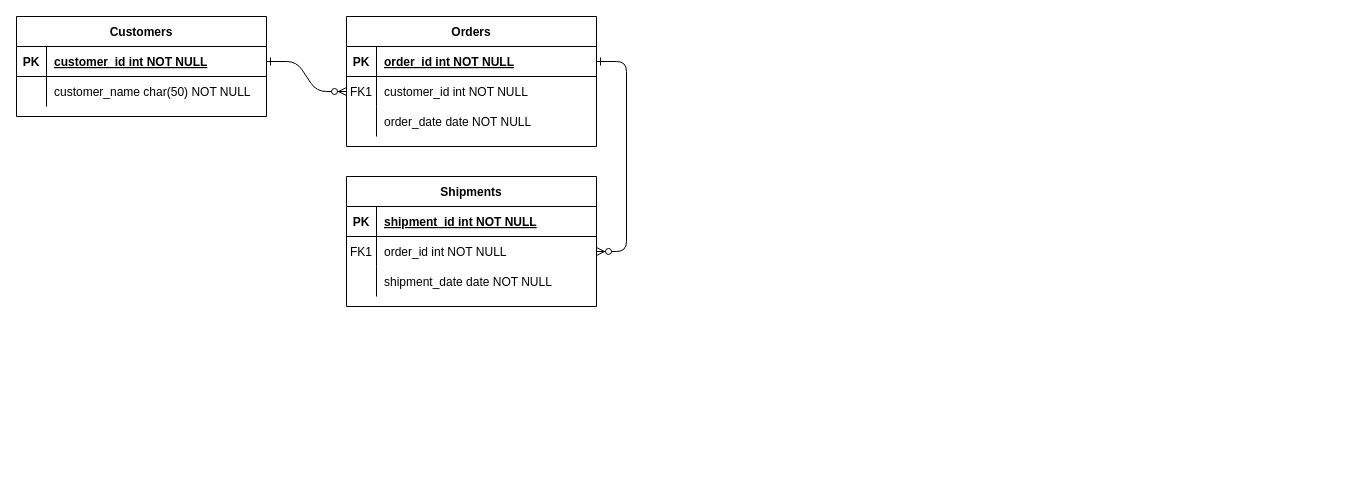
vladmagosin/examen_db_sem2VM keeps this draw.io diagram as Model_conceptual.drawio. Above is the earlier version. Source tidied: cells renumbered, new cells numbered last; positions are measured from the earlier drawing's top-left corner, leaving out a move shared by most shapes. Both pictures are drawn from the tidied source at 100%, with x=0, y=0 at pixel (16, 16).
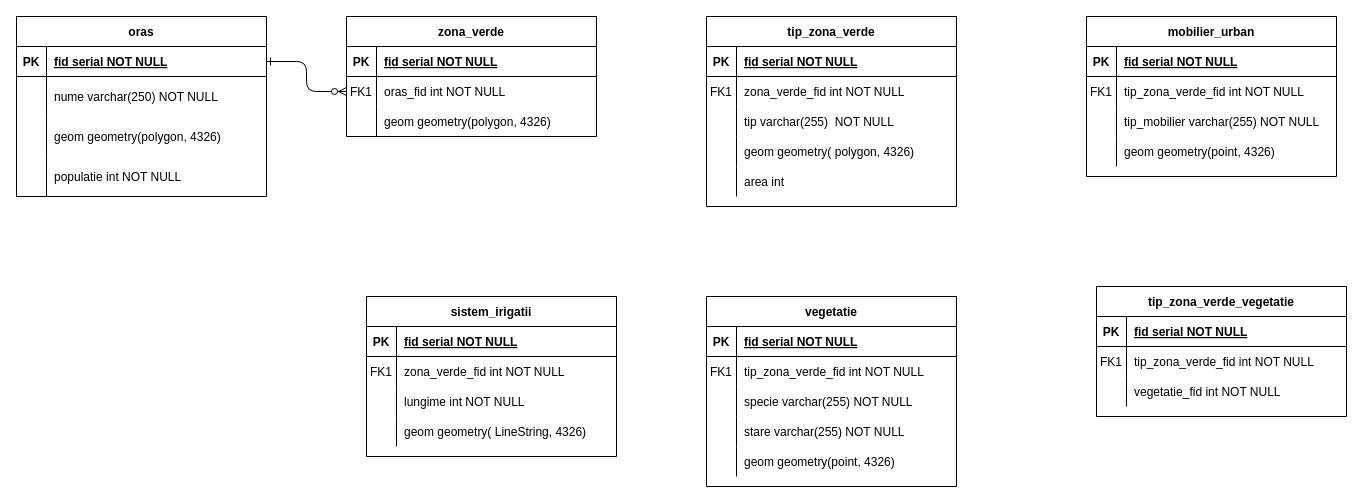
Above is the later version.

Unchanged cells that the change refers to:
```xml
<mxCell id="5" style="shape=partialRectangle;fillColor=none;points=[[0,0.5],[1,0.5]];portConstraint=eastwest;top=0;left=0;right=0;bottom=1;" parent="4" vertex="1">
  <mxGeometry y="30" width="250" height="30" as="geometry" />
</mxCell>
<mxCell id="8" style="shape=partialRectangle;fillColor=none;points=[[0,0.5],[1,0.5]];portConstraint=eastwest;top=0;left=0;right=0;bottom=0;" parent="4" vertex="1">
  <mxGeometry y="60" width="250" height="30" as="geometry" />
</mxCell>
<mxCell id="11" style="shape=partialRectangle;fillColor=none;top=0;left=0;right=0;bottom=0;" parent="4" vertex="1">
  <mxGeometry y="90" width="250" height="30" as="geometry" />
</mxCell>
<mxCell id="15" style="shape=partialRectangle;fillColor=none;top=0;left=0;right=0;bottom=1;" parent="14" vertex="1">
  <mxGeometry y="30" width="250" height="30" as="geometry" />
</mxCell>
<mxCell id="18" style="shape=partialRectangle;fillColor=none;points=[[0,0.5],[1,0.5]];portConstraint=eastwest;top=0;left=0;right=0;bottom=0;" parent="14" vertex="1">
  <mxGeometry y="60" width="250" height="30" as="geometry" />
</mxCell>
<mxCell id="21" style="shape=partialRectangle;fillColor=none;top=0;left=0;right=0;bottom=0;" parent="14" vertex="1">
  <mxGeometry y="90" width="250" height="30" as="geometry" />
</mxCell>
<mxCell id="25" style="shape=partialRectangle;fillColor=none;points=[[0,0.5],[1,0.5]];portConstraint=eastwest;top=0;left=0;right=0;bottom=1;" parent="24" vertex="1">
  <mxGeometry y="30" width="250" height="30" as="geometry" />
</mxCell>
```

The edit, as a diff of the source:
```diff
@@
-    <mxCell id="2" style="edgeStyle=entityRelationEdgeStyle;endArrow=ERzeroToMany;startArrow=ERone;endFill=1;startFill=0;" parent="1" edge="1" source="25" target="8">
+    <mxCell id="2" style="endArrow=ERzeroToMany;startArrow=ERone;endFill=1;startFill=0;exitX=1;exitY=0.5;exitDx=0;exitDy=0;entryX=0;entryY=0.5;entryDx=0;entryDy=0;edgeStyle=orthogonalEdgeStyle;" parent="1" edge="1" source="25" target="8">
       <mxGeometry relative="1" as="geometry" />
     </mxCell>
-    <mxCell id="3" style="edgeStyle=entityRelationEdgeStyle;endArrow=ERzeroToMany;startArrow=ERone;endFill=1;startFill=0;" parent="1" edge="1" source="5" target="18">
-      <mxGeometry relative="1" as="geometry" />
-    </mxCell>
-    <mxCell id="4" value="Orders" style="shape=table;startSize=30;childLayout=tableLayout;rowLines=0;fontStyle=1;align=center;" parent="1" vertex="1">
-      <mxGeometry x="330" width="250" height="130" as="geometry" />
+    <mxCell id="4" value="zona_verde" style="shape=table;startSize=30;childLayout=tableLayout;rowLines=0;fontStyle=1;align=center;" parent="1" vertex="1">
+      <mxGeometry x="330" width="250" height="120" as="geometry" />
     </mxCell>
@@
-    <mxCell id="7" value="order_id int NOT NULL " style="shape=partialRectangle;overflow=hidden;fillColor=none;top=0;left=0;bottom=0;right=0;align=left;spacingLeft=6;fontStyle=5;" parent="5" vertex="1">
+    <mxCell id="7" value="fid serial NOT NULL " style="shape=partialRectangle;overflow=hidden;fillColor=none;top=0;left=0;bottom=0;right=0;align=left;spacingLeft=6;fontStyle=5;" parent="5" vertex="1">
       <mxGeometry x="30" width="220" height="30" as="geometry" />
     </mxCell>
@@
-    <mxCell id="10" value="customer_id int NOT NULL" style="shape=partialRectangle;overflow=hidden;fillColor=none;top=0;left=0;bottom=0;right=0;align=left;spacingLeft=6;" parent="8" vertex="1">
+    <mxCell id="10" value="oras_fid int NOT NULL" style="shape=partialRectangle;overflow=hidden;fillColor=none;top=0;left=0;bottom=0;right=0;align=left;spacingLeft=6;" parent="8" vertex="1">
       <mxGeometry x="30" width="220" height="30" as="geometry" />
     </mxCell>
@@
-    <mxCell id="13" value="order_date date NOT NULL" style="shape=partialRectangle;overflow=hidden;fillColor=none;top=0;left=0;bottom=0;right=0;align=left;spacingLeft=6;" parent="11" vertex="1">
+    <mxCell id="13" value="geom geometry(polygon, 4326)" style="shape=partialRectangle;overflow=hidden;fillColor=none;top=0;left=0;bottom=0;right=0;align=left;spacingLeft=6;" parent="11" vertex="1">
       <mxGeometry x="30" width="220" height="30" as="geometry" />
     </mxCell>
-    <mxCell id="14" value="Shipments" style="shape=table;startSize=30;childLayout=tableLayout;rowLines=0;fontStyle=1;align=center;" parent="1" vertex="1">
-      <mxGeometry x="330" y="160" width="250" height="130" as="geometry" />
+    <mxCell id="14" value="tip_zona_verde" style="shape=table;startSize=30;childLayout=tableLayout;rowLines=0;fontStyle=1;align=center;" parent="1" vertex="1">
+      <mxGeometry x="690" width="250" height="190" as="geometry" />
     </mxCell>
@@
-    <mxCell id="17" value="shipment_id int NOT NULL " style="shape=partialRectangle;overflow=hidden;fillColor=none;top=0;left=0;bottom=0;right=0;align=left;spacingLeft=6;fontStyle=5;" parent="15" vertex="1">
+    <mxCell id="17" value="fid serial NOT NULL " style="shape=partialRectangle;overflow=hidden;fillColor=none;top=0;left=0;bottom=0;right=0;align=left;spacingLeft=6;fontStyle=5;" parent="15" vertex="1">
       <mxGeometry x="30" width="220" height="30" as="geometry" />
     </mxCell>
@@
-    <mxCell id="20" value="order_id int NOT NULL" style="shape=partialRectangle;overflow=hidden;fillColor=none;top=0;left=0;bottom=0;right=0;align=left;spacingLeft=6;" parent="18" vertex="1">
+    <mxCell id="20" value="zona_verde_fid int NOT NULL" style="shape=partialRectangle;overflow=hidden;fillColor=none;top=0;left=0;bottom=0;right=0;align=left;spacingLeft=6;" parent="18" vertex="1">
       <mxGeometry x="30" width="220" height="30" as="geometry" />
     </mxCell>
@@
-    <mxCell id="23" value="shipment_date date NOT NULL" style="shape=partialRectangle;overflow=hidden;fillColor=none;top=0;left=0;bottom=0;right=0;align=left;spacingLeft=6;" parent="21" vertex="1">
+    <mxCell id="23" value="tip varchar(255)  NOT NULL" style="shape=partialRectangle;overflow=hidden;fillColor=none;top=0;left=0;bottom=0;right=0;align=left;spacingLeft=6;" parent="21" vertex="1">
       <mxGeometry x="30" width="220" height="30" as="geometry" />
     </mxCell>
+    <mxCell id="31" style="shape=partialRectangle;fillColor=none;top=0;left=0;right=0;bottom=0;" parent="14" vertex="1">
+      <mxGeometry y="120" width="250" height="30" as="geometry" />
+    </mxCell>
+    <mxCell id="32" style="shape=partialRectangle;overflow=hidden;fillColor=none;top=0;left=0;bottom=0;right=0;" parent="31" vertex="1">
+      <mxGeometry width="30" height="30" as="geometry" />
+    </mxCell>
+    <mxCell id="33" value="geom geometry( polygon, 4326)" style="shape=partialRectangle;overflow=hidden;fillColor=none;top=0;left=0;bottom=0;right=0;align=left;spacingLeft=6;" parent="31" vertex="1">
+      <mxGeometry x="30" width="220" height="30" as="geometry" />
+    </mxCell>
+    <mxCell id="34" style="shape=partialRectangle;fillColor=none;top=0;left=0;right=0;bottom=0;" parent="14" vertex="1">
+      <mxGeometry y="150" width="250" height="30" as="geometry" />
+    </mxCell>
+    <mxCell id="35" style="shape=partialRectangle;overflow=hidden;fillColor=none;top=0;left=0;bottom=0;right=0;" parent="34" vertex="1">
+      <mxGeometry width="30" height="30" as="geometry" />
+    </mxCell>
+    <mxCell id="36" value="area int " style="shape=partialRectangle;overflow=hidden;fillColor=none;top=0;left=0;bottom=0;right=0;align=left;spacingLeft=6;" parent="34" vertex="1">
+      <mxGeometry x="30" width="220" height="30" as="geometry" />
+    </mxCell>
-    <mxCell id="24" value="Customers" style="shape=table;startSize=30;childLayout=tableLayout;rowLines=0;fontStyle=1;align=center;" parent="1" vertex="1">
-      <mxGeometry width="250" height="100" as="geometry" />
+    <mxCell id="24" value="oras" style="shape=table;startSize=30;childLayout=tableLayout;rowLines=0;fontStyle=1;align=center;" parent="1" vertex="1">
+      <mxGeometry width="250" height="180" as="geometry" />
     </mxCell>
@@
-    <mxCell id="27" value="customer_id int NOT NULL " style="shape=partialRectangle;overflow=hidden;fillColor=none;top=0;left=0;bottom=0;right=0;align=left;spacingLeft=6;fontStyle=5;" parent="25" vertex="1">
+    <mxCell id="27" value="fid serial NOT NULL " style="shape=partialRectangle;overflow=hidden;fillColor=none;top=0;left=0;bottom=0;right=0;align=left;spacingLeft=6;fontStyle=5;" parent="25" vertex="1">
       <mxGeometry x="30" width="220" height="30" as="geometry" />
     </mxCell>
     <mxCell id="28" style="shape=partialRectangle;fillColor=none;top=0;left=0;right=0;bottom=0;" parent="24" vertex="1">
-      <mxGeometry y="60" width="250" height="30" as="geometry" />
+      <mxGeometry y="60" width="250" height="40" as="geometry" />
     </mxCell>
     <mxCell id="29" style="shape=partialRectangle;overflow=hidden;fillColor=none;top=0;left=0;bottom=0;right=0;" parent="28" vertex="1">
-      <mxGeometry width="30" height="30" as="geometry" />
+      <mxGeometry width="30" height="40" as="geometry" />
     </mxCell>
-    <mxCell id="30" value="customer_name char(50) NOT NULL" style="shape=partialRectangle;overflow=hidden;fillColor=none;top=0;left=0;bottom=0;right=0;align=left;spacingLeft=6;" parent="28" vertex="1">
-      <mxGeometry x="30" width="220" height="30" as="geometry" />
+    <mxCell id="30" value="nume varchar(250) NOT NULL" style="shape=partialRectangle;overflow=hidden;fillColor=none;top=0;left=0;bottom=0;right=0;align=left;spacingLeft=6;" parent="28" vertex="1">
+      <mxGeometry x="30" width="220" height="40" as="geometry" />
     </mxCell>
+    <mxCell id="37" style="shape=partialRectangle;fillColor=none;top=0;left=0;right=0;bottom=0;" parent="24" vertex="1">
+      <mxGeometry y="100" width="250" height="40" as="geometry" />
+    </mxCell>
+    <mxCell id="38" style="shape=partialRectangle;overflow=hidden;fillColor=none;top=0;left=0;bottom=0;right=0;" parent="37" vertex="1">
+      <mxGeometry width="30" height="40" as="geometry" />
+    </mxCell>
+    <mxCell id="39" value="geom geometry(polygon, 4326) " style="shape=partialRectangle;overflow=hidden;fillColor=none;top=0;left=0;bottom=0;right=0;align=left;spacingLeft=6;" parent="37" vertex="1">
+      <mxGeometry x="30" width="220" height="40" as="geometry" />
+    </mxCell>
+    <mxCell id="40" style="shape=partialRectangle;fillColor=none;top=0;left=0;right=0;bottom=0;" parent="24" vertex="1">
+      <mxGeometry y="140" width="250" height="40" as="geometry" />
+    </mxCell>
+    <mxCell id="41" style="shape=partialRectangle;overflow=hidden;fillColor=none;top=0;left=0;bottom=0;right=0;" parent="40" vertex="1">
+      <mxGeometry width="30" height="40" as="geometry" />
+    </mxCell>
+    <mxCell id="42" value="populatie int NOT NULL" style="shape=partialRectangle;overflow=hidden;fillColor=none;top=0;left=0;bottom=0;right=0;align=left;spacingLeft=6;" parent="40" vertex="1">
+      <mxGeometry x="30" width="220" height="40" as="geometry" />
+    </mxCell>
+    <mxCell id="43" value="mobilier_urban" style="shape=table;startSize=30;childLayout=tableLayout;rowLines=0;fontStyle=1;align=center;" parent="1" vertex="1">
+      <mxGeometry x="1070" width="250" height="160" as="geometry" />
+    </mxCell>
+    <mxCell id="44" style="shape=partialRectangle;fillColor=none;top=0;left=0;right=0;bottom=1;" parent="43" vertex="1">
+      <mxGeometry y="30" width="250" height="30" as="geometry" />
+    </mxCell>
+    <mxCell id="45" value="PK" style="shape=partialRectangle;overflow=hidden;fillColor=none;top=0;left=0;bottom=0;right=0;fontStyle=1;" parent="44" vertex="1">
+      <mxGeometry width="30" height="30" as="geometry" />
+    </mxCell>
+    <mxCell id="46" value="fid serial NOT NULL " style="shape=partialRectangle;overflow=hidden;fillColor=none;top=0;left=0;bottom=0;right=0;align=left;spacingLeft=6;fontStyle=5;" parent="44" vertex="1">
+      <mxGeometry x="30" width="220" height="30" as="geometry" />
+    </mxCell>
+    <mxCell id="47" style="shape=partialRectangle;fillColor=none;top=0;left=0;right=0;bottom=0;" parent="43" vertex="1">
+      <mxGeometry y="60" width="250" height="30" as="geometry" />
+    </mxCell>
+    <mxCell id="48" value="FK1" style="shape=partialRectangle;overflow=hidden;fillColor=none;top=0;left=0;bottom=0;right=0;" parent="47" vertex="1">
+      <mxGeometry width="30" height="30" as="geometry" />
+    </mxCell>
+    <mxCell id="49" value="tip_zona_verde_fid int NOT NULL" style="shape=partialRectangle;overflow=hidden;fillColor=none;top=0;left=0;bottom=0;right=0;align=left;spacingLeft=6;" parent="47" vertex="1">
+      <mxGeometry x="30" width="220" height="30" as="geometry" />
+    </mxCell>
+    <mxCell id="50" style="shape=partialRectangle;fillColor=none;top=0;left=0;right=0;bottom=0;" parent="43" vertex="1">
+      <mxGeometry y="90" width="250" height="30" as="geometry" />
+    </mxCell>
+    <mxCell id="51" style="shape=partialRectangle;overflow=hidden;fillColor=none;top=0;left=0;bottom=0;right=0;" parent="50" vertex="1">
+      <mxGeometry width="30" height="30" as="geometry" />
+    </mxCell>
+    <mxCell id="52" value="tip_mobilier varchar(255) NOT NULL" style="shape=partialRectangle;overflow=hidden;fillColor=none;top=0;left=0;bottom=0;right=0;align=left;spacingLeft=6;" parent="50" vertex="1">
+      <mxGeometry x="30" width="220" height="30" as="geometry" />
+    </mxCell>
+    <mxCell id="53" style="shape=partialRectangle;fillColor=none;top=0;left=0;right=0;bottom=0;" parent="43" vertex="1">
+      <mxGeometry y="120" width="250" height="30" as="geometry" />
+    </mxCell>
+    <mxCell id="54" style="shape=partialRectangle;overflow=hidden;fillColor=none;top=0;left=0;bottom=0;right=0;" parent="53" vertex="1">
+      <mxGeometry width="30" height="30" as="geometry" />
+    </mxCell>
+    <mxCell id="55" value="geom geometry(point, 4326)" style="shape=partialRectangle;overflow=hidden;fillColor=none;top=0;left=0;bottom=0;right=0;align=left;spacingLeft=6;" parent="53" vertex="1">
+      <mxGeometry x="30" width="220" height="30" as="geometry" />
+    </mxCell>
+    <mxCell id="56" value="sistem_irigatii" style="shape=table;startSize=30;childLayout=tableLayout;rowLines=0;fontStyle=1;align=center;" parent="1" vertex="1">
+      <mxGeometry x="350" y="280" width="250" height="160" as="geometry" />
+    </mxCell>
+    <mxCell id="57" style="shape=partialRectangle;fillColor=none;top=0;left=0;right=0;bottom=1;" parent="56" vertex="1">
+      <mxGeometry y="30" width="250" height="30" as="geometry" />
+    </mxCell>
+    <mxCell id="58" value="PK" style="shape=partialRectangle;overflow=hidden;fillColor=none;top=0;left=0;bottom=0;right=0;fontStyle=1;" parent="57" vertex="1">
+      <mxGeometry width="30" height="30" as="geometry" />
+    </mxCell>
+    <mxCell id="59" value="fid serial NOT NULL " style="shape=partialRectangle;overflow=hidden;fillColor=none;top=0;left=0;bottom=0;right=0;align=left;spacingLeft=6;fontStyle=5;" parent="57" vertex="1">
+      <mxGeometry x="30" width="220" height="30" as="geometry" />
+    </mxCell>
+    <mxCell id="60" style="shape=partialRectangle;fillColor=none;top=0;left=0;right=0;bottom=0;" parent="56" vertex="1">
+      <mxGeometry y="60" width="250" height="30" as="geometry" />
+    </mxCell>
+    <mxCell id="61" value="FK1" style="shape=partialRectangle;overflow=hidden;fillColor=none;top=0;left=0;bottom=0;right=0;" parent="60" vertex="1">
+      <mxGeometry width="30" height="30" as="geometry" />
+    </mxCell>
+    <mxCell id="62" value="zona_verde_fid int NOT NULL" style="shape=partialRectangle;overflow=hidden;fillColor=none;top=0;left=0;bottom=0;right=0;align=left;spacingLeft=6;" parent="60" vertex="1">
+      <mxGeometry x="30" width="220" height="30" as="geometry" />
+    </mxCell>
+    <mxCell id="63" style="shape=partialRectangle;fillColor=none;top=0;left=0;right=0;bottom=0;" parent="56" vertex="1">
+      <mxGeometry y="90" width="250" height="30" as="geometry" />
+    </mxCell>
+    <mxCell id="64" style="shape=partialRectangle;overflow=hidden;fillColor=none;top=0;left=0;bottom=0;right=0;" parent="63" vertex="1">
+      <mxGeometry width="30" height="30" as="geometry" />
+    </mxCell>
+    <mxCell id="65" value="lungime int NOT NULL" style="shape=partialRectangle;overflow=hidden;fillColor=none;top=0;left=0;bottom=0;right=0;align=left;spacingLeft=6;" parent="63" vertex="1">
+      <mxGeometry x="30" width="220" height="30" as="geometry" />
+    </mxCell>
+    <mxCell id="66" style="shape=partialRectangle;fillColor=none;top=0;left=0;right=0;bottom=0;" parent="56" vertex="1">
+      <mxGeometry y="120" width="250" height="30" as="geometry" />
+    </mxCell>
+    <mxCell id="67" style="shape=partialRectangle;overflow=hidden;fillColor=none;top=0;left=0;bottom=0;right=0;" parent="66" vertex="1">
+      <mxGeometry width="30" height="30" as="geometry" />
+    </mxCell>
+    <mxCell id="68" value="geom geometry( LineString, 4326)" style="shape=partialRectangle;overflow=hidden;fillColor=none;top=0;left=0;bottom=0;right=0;align=left;spacingLeft=6;" parent="66" vertex="1">
+      <mxGeometry x="30" width="220" height="30" as="geometry" />
+    </mxCell>
+    <mxCell id="69" value="vegetatie" style="shape=table;startSize=30;childLayout=tableLayout;rowLines=0;fontStyle=1;align=center;" parent="1" vertex="1">
+      <mxGeometry x="690" y="280" width="250" height="190" as="geometry" />
+    </mxCell>
+    <mxCell id="70" style="shape=partialRectangle;fillColor=none;top=0;left=0;right=0;bottom=1;" parent="69" vertex="1">
+      <mxGeometry y="30" width="250" height="30" as="geometry" />
+    </mxCell>
+    <mxCell id="71" value="PK" style="shape=partialRectangle;overflow=hidden;fillColor=none;top=0;left=0;bottom=0;right=0;fontStyle=1;" parent="70" vertex="1">
+      <mxGeometry width="30" height="30" as="geometry" />
+    </mxCell>
+    <mxCell id="72" value="fid serial NOT NULL " style="shape=partialRectangle;overflow=hidden;fillColor=none;top=0;left=0;bottom=0;right=0;align=left;spacingLeft=6;fontStyle=5;" parent="70" vertex="1">
+      <mxGeometry x="30" width="220" height="30" as="geometry" />
+    </mxCell>
+    <mxCell id="73" style="shape=partialRectangle;fillColor=none;top=0;left=0;right=0;bottom=0;" parent="69" vertex="1">
+      <mxGeometry y="60" width="250" height="30" as="geometry" />
+    </mxCell>
+    <mxCell id="74" value="FK1" style="shape=partialRectangle;overflow=hidden;fillColor=none;top=0;left=0;bottom=0;right=0;" parent="73" vertex="1">
+      <mxGeometry width="30" height="30" as="geometry" />
+    </mxCell>
+    <mxCell id="75" value="tip_zona_verde_fid int NOT NULL" style="shape=partialRectangle;overflow=hidden;fillColor=none;top=0;left=0;bottom=0;right=0;align=left;spacingLeft=6;" parent="73" vertex="1">
+      <mxGeometry x="30" width="220" height="30" as="geometry" />
+    </mxCell>
+    <mxCell id="76" style="shape=partialRectangle;fillColor=none;top=0;left=0;right=0;bottom=0;" parent="69" vertex="1">
+      <mxGeometry y="90" width="250" height="30" as="geometry" />
+    </mxCell>
+    <mxCell id="77" style="shape=partialRectangle;overflow=hidden;fillColor=none;top=0;left=0;bottom=0;right=0;" parent="76" vertex="1">
+      <mxGeometry width="30" height="30" as="geometry" />
+    </mxCell>
+    <mxCell id="78" value="specie varchar(255) NOT NULL" style="shape=partialRectangle;overflow=hidden;fillColor=none;top=0;left=0;bottom=0;right=0;align=left;spacingLeft=6;" parent="76" vertex="1">
+      <mxGeometry x="30" width="220" height="30" as="geometry" />
+    </mxCell>
+    <mxCell id="79" style="shape=partialRectangle;fillColor=none;top=0;left=0;right=0;bottom=0;" parent="69" vertex="1">
+      <mxGeometry y="120" width="250" height="30" as="geometry" />
+    </mxCell>
+    <mxCell id="80" style="shape=partialRectangle;overflow=hidden;fillColor=none;top=0;left=0;bottom=0;right=0;" parent="79" vertex="1">
+      <mxGeometry width="30" height="30" as="geometry" />
+    </mxCell>
+    <mxCell id="81" value="stare varchar(255) NOT NULL" style="shape=partialRectangle;overflow=hidden;fillColor=none;top=0;left=0;bottom=0;right=0;align=left;spacingLeft=6;" parent="79" vertex="1">
+      <mxGeometry x="30" width="220" height="30" as="geometry" />
+    </mxCell>
+    <mxCell id="82" style="shape=partialRectangle;fillColor=none;top=0;left=0;right=0;bottom=0;" parent="69" vertex="1">
+      <mxGeometry y="150" width="250" height="30" as="geometry" />
+    </mxCell>
+    <mxCell id="83" style="shape=partialRectangle;overflow=hidden;fillColor=none;top=0;left=0;bottom=0;right=0;" parent="82" vertex="1">
+      <mxGeometry width="30" height="30" as="geometry" />
+    </mxCell>
+    <mxCell id="84" value="geom geometry(point, 4326)" style="shape=partialRectangle;overflow=hidden;fillColor=none;top=0;left=0;bottom=0;right=0;align=left;spacingLeft=6;" parent="82" vertex="1">
+      <mxGeometry x="30" width="220" height="30" as="geometry" />
+    </mxCell>
+    <mxCell id="85" value="tip_zona_verde_vegetatie" style="shape=table;startSize=30;childLayout=tableLayout;rowLines=0;fontStyle=1;align=center;" parent="1" vertex="1">
+      <mxGeometry x="1080" y="270" width="250" height="130" as="geometry" />
+    </mxCell>
+    <mxCell id="86" style="shape=partialRectangle;fillColor=none;top=0;left=0;right=0;bottom=1;" parent="85" vertex="1">
+      <mxGeometry y="30" width="250" height="30" as="geometry" />
+    </mxCell>
+    <mxCell id="87" value="PK" style="shape=partialRectangle;overflow=hidden;fillColor=none;top=0;left=0;bottom=0;right=0;fontStyle=1;" parent="86" vertex="1">
+      <mxGeometry width="30" height="30" as="geometry" />
+    </mxCell>
+    <mxCell id="88" value="fid serial NOT NULL " style="shape=partialRectangle;overflow=hidden;fillColor=none;top=0;left=0;bottom=0;right=0;align=left;spacingLeft=6;fontStyle=5;" parent="86" vertex="1">
+      <mxGeometry x="30" width="220" height="30" as="geometry" />
+    </mxCell>
+    <mxCell id="89" style="shape=partialRectangle;fillColor=none;top=0;left=0;right=0;bottom=0;" parent="85" vertex="1">
+      <mxGeometry y="60" width="250" height="30" as="geometry" />
+    </mxCell>
+    <mxCell id="90" value="FK1" style="shape=partialRectangle;overflow=hidden;fillColor=none;top=0;left=0;bottom=0;right=0;" parent="89" vertex="1">
+      <mxGeometry width="30" height="30" as="geometry" />
+    </mxCell>
+    <mxCell id="91" value="tip_zona_verde_fid int NOT NULL" style="shape=partialRectangle;overflow=hidden;fillColor=none;top=0;left=0;bottom=0;right=0;align=left;spacingLeft=6;" parent="89" vertex="1">
+      <mxGeometry x="30" width="220" height="30" as="geometry" />
+    </mxCell>
+    <mxCell id="92" style="shape=partialRectangle;fillColor=none;top=0;left=0;right=0;bottom=0;" parent="85" vertex="1">
+      <mxGeometry y="90" width="250" height="30" as="geometry" />
+    </mxCell>
+    <mxCell id="93" style="shape=partialRectangle;overflow=hidden;fillColor=none;top=0;left=0;bottom=0;right=0;" parent="92" vertex="1">
+      <mxGeometry width="30" height="30" as="geometry" />
+    </mxCell>
+    <mxCell id="94" value="vegetatie_fid int NOT NULL" style="shape=partialRectangle;overflow=hidden;fillColor=none;top=0;left=0;bottom=0;right=0;align=left;spacingLeft=6;" parent="92" vertex="1">
+      <mxGeometry x="30" width="220" height="30" as="geometry" />
+    </mxCell>
```
